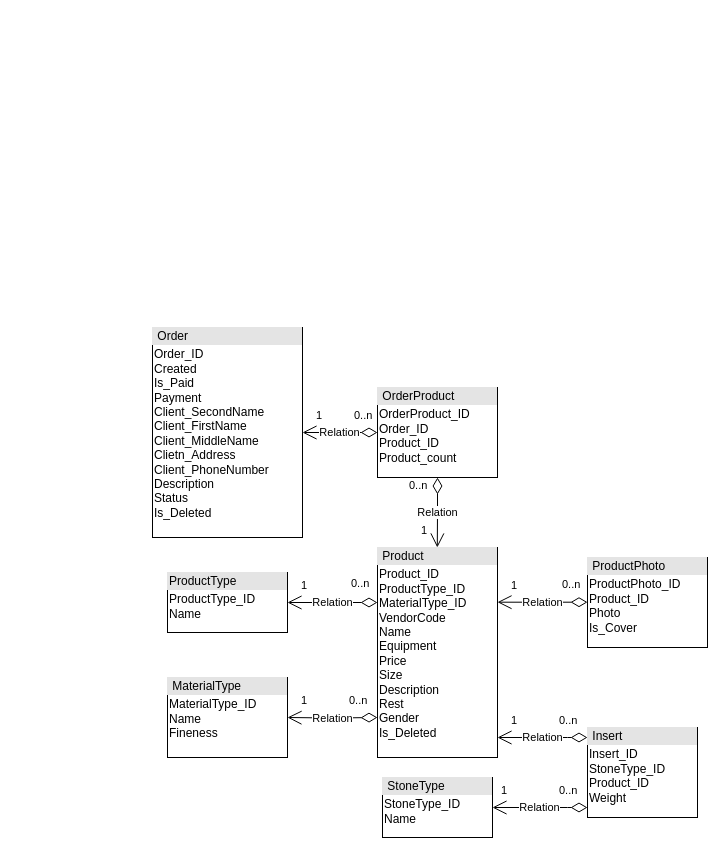
Before: ER-diagram-v1.drawio in omelchenkopete/SA, a draw.io diagram. Source tidied: cells renumbered, new cells numbered last; positions are measured from the earlier drawing's top-left corner, leaving out a move shared by most shapes. Both pictures are drawn from the tidied source at 100%, with x=0, y=0 at pixel (152, 327).
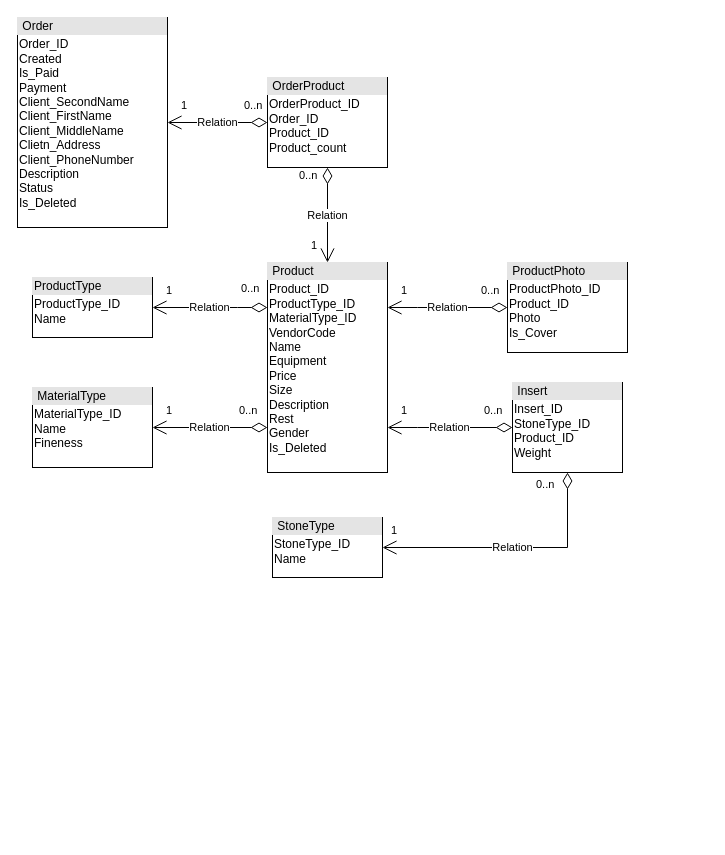
The same page after the edit.

The edit, as a diff of the source:
```diff
@@
     <mxCell id="2" value="&lt;div style=&quot;box-sizing:border-box;width:100%;background:#e4e4e4;padding:2px;&quot;&gt;&amp;nbsp;Product&lt;/div&gt;&lt;table style=&quot;width:100%;font-size:1em;&quot; cellpadding=&quot;2&quot; cellspacing=&quot;0&quot;&gt;&lt;tbody&gt;&lt;tr&gt;&lt;td&gt;Product_ID&lt;br&gt;ProductType_ID&lt;br&gt;MaterialType_ID&lt;br&gt;VendorCode&lt;br&gt;Name&lt;br&gt;Equipment&lt;br&gt;Price&lt;br&gt;Size&lt;br&gt;Description&lt;br&gt;Rest&lt;br&gt;Gender&lt;br&gt;Is_Deleted&lt;br&gt;&lt;/td&gt;&lt;td&gt;&lt;/td&gt;&lt;/tr&gt;&lt;/tbody&gt;&lt;/table&gt;" style="verticalAlign=top;align=left;overflow=fill;html=1;whiteSpace=wrap;strokeColor=default;gradientColor=none;fillColor=default;rounded=0;glass=0;shadow=0;noLabel=0;portConstraintRotation=0;snapToPoint=0;fixDash=0;enumerate=0;comic=0;" parent="1" vertex="1">
-      <mxGeometry x="225" y="220" width="120" height="210" as="geometry" />
+      <mxGeometry x="115" y="-65" width="120" height="210" as="geometry" />
     </mxCell>
     <mxCell id="3" value="&lt;div style=&quot;box-sizing:border-box;width:100%;background:#e4e4e4;padding:2px;&quot;&gt;&amp;nbsp;ProductPhoto&lt;/div&gt;&lt;table style=&quot;width:100%;font-size:1em;&quot; cellpadding=&quot;2&quot; cellspacing=&quot;0&quot;&gt;&lt;tbody&gt;&lt;tr&gt;&lt;td&gt;ProductPhoto_ID&lt;br&gt;Product_ID&lt;br&gt;Photo&lt;br&gt;Is_Cover&lt;br&gt;&lt;/td&gt;&lt;td&gt;&lt;/td&gt;&lt;/tr&gt;&lt;/tbody&gt;&lt;/table&gt;" style="verticalAlign=top;align=left;overflow=fill;html=1;whiteSpace=wrap;strokeColor=default;gradientColor=none;fillColor=default;rounded=0;glass=0;shadow=0;noLabel=0;portConstraintRotation=0;snapToPoint=0;fixDash=0;enumerate=0;comic=0;" parent="1" vertex="1">
-      <mxGeometry x="435" y="230" width="120" height="90" as="geometry" />
+      <mxGeometry x="355" y="-65" width="120" height="90" as="geometry" />
     </mxCell>
     <mxCell id="4" value="&lt;div style=&quot;box-sizing:border-box;width:100%;background:#e4e4e4;padding:2px;&quot;&gt;&amp;nbsp;Insert&lt;/div&gt;&lt;table style=&quot;width:100%;font-size:1em;&quot; cellpadding=&quot;2&quot; cellspacing=&quot;0&quot;&gt;&lt;tbody&gt;&lt;tr&gt;&lt;td&gt;Insert_ID&lt;br&gt;StoneType_ID&lt;br&gt;Product_ID&lt;br&gt;Weight&lt;br&gt;&lt;/td&gt;&lt;td&gt;&lt;/td&gt;&lt;/tr&gt;&lt;/tbody&gt;&lt;/table&gt;" style="verticalAlign=top;align=left;overflow=fill;html=1;whiteSpace=wrap;strokeColor=default;gradientColor=none;fillColor=default;rounded=0;glass=0;shadow=0;noLabel=0;portConstraintRotation=0;snapToPoint=0;fixDash=0;enumerate=0;comic=0;" parent="1" vertex="1">
-      <mxGeometry x="435" y="400" width="110" height="90" as="geometry" />
+      <mxGeometry x="360" y="55" width="110" height="90" as="geometry" />
     </mxCell>
     <mxCell id="5" value="&lt;div style=&quot;box-sizing:border-box;width:100%;background:#e4e4e4;padding:2px;&quot;&gt;&amp;nbsp;StoneType&lt;/div&gt;&lt;table style=&quot;width:100%;font-size:1em;&quot; cellpadding=&quot;2&quot; cellspacing=&quot;0&quot;&gt;&lt;tbody&gt;&lt;tr&gt;&lt;td&gt;StoneType_ID&lt;br&gt;Name&lt;br&gt;&lt;/td&gt;&lt;td&gt;&lt;/td&gt;&lt;/tr&gt;&lt;/tbody&gt;&lt;/table&gt;" style="verticalAlign=top;align=left;overflow=fill;html=1;whiteSpace=wrap;strokeColor=default;gradientColor=none;fillColor=default;rounded=0;glass=0;shadow=0;noLabel=0;portConstraintRotation=0;snapToPoint=0;fixDash=0;enumerate=0;comic=0;" parent="1" vertex="1">
-      <mxGeometry x="230" y="450" width="110" height="60" as="geometry" />
+      <mxGeometry x="120" y="190" width="110" height="60" as="geometry" />
     </mxCell>
     <mxCell id="6" value="&lt;div style=&quot;box-sizing:border-box;width:100%;background:#e4e4e4;padding:2px;&quot;&gt;ProductType&lt;/div&gt;&lt;table style=&quot;width:100%;font-size:1em;&quot; cellpadding=&quot;2&quot; cellspacing=&quot;0&quot;&gt;&lt;tbody&gt;&lt;tr&gt;&lt;td&gt;ProductType_ID&lt;br&gt;Name&lt;br&gt;&lt;/td&gt;&lt;td&gt;&lt;/td&gt;&lt;/tr&gt;&lt;/tbody&gt;&lt;/table&gt;" style="verticalAlign=top;align=left;overflow=fill;html=1;whiteSpace=wrap;strokeColor=default;gradientColor=none;fillColor=default;rounded=0;glass=0;shadow=0;noLabel=0;portConstraintRotation=0;snapToPoint=0;fixDash=0;enumerate=0;comic=0;" parent="1" vertex="1">
-      <mxGeometry x="15" y="245" width="120" height="60" as="geometry" />
+      <mxGeometry x="-120" y="-50" width="120" height="60" as="geometry" />
     </mxCell>
     <mxCell id="7" value="&lt;div style=&quot;box-sizing:border-box;width:100%;background:#e4e4e4;padding:2px;&quot;&gt;&amp;nbsp;MaterialType&lt;/div&gt;&lt;table style=&quot;width:100%;font-size:1em;&quot; cellpadding=&quot;2&quot; cellspacing=&quot;0&quot;&gt;&lt;tbody&gt;&lt;tr&gt;&lt;td&gt;MaterialType_ID&lt;br&gt;Name&lt;br&gt;Fineness&lt;br&gt;&lt;/td&gt;&lt;td&gt;&lt;/td&gt;&lt;/tr&gt;&lt;/tbody&gt;&lt;/table&gt;" style="verticalAlign=top;align=left;overflow=fill;html=1;whiteSpace=wrap;strokeColor=default;gradientColor=none;fillColor=default;rounded=0;glass=0;shadow=0;noLabel=0;portConstraintRotation=0;snapToPoint=0;fixDash=0;enumerate=0;comic=0;" parent="1" vertex="1">
-      <mxGeometry x="15" y="350" width="120" height="80" as="geometry" />
+      <mxGeometry x="-120" y="60" width="120" height="80" as="geometry" />
     </mxCell>
-    <mxCell id="8" value="Relation" style="endArrow=open;html=1;endSize=12;startArrow=diamondThin;startSize=14;startFill=0;edgeStyle=orthogonalEdgeStyle;rounded=0;" parent="1" edge="1">
+    <mxCell id="8" value="Relation" style="endArrow=open;html=1;endSize=12;startArrow=diamondThin;startSize=14;startFill=0;edgeStyle=orthogonalEdgeStyle;rounded=0;" parent="1" edge="1" source="3" target="2">
       <mxGeometry relative="1" as="geometry">
-        <mxPoint x="435" y="274.7" as="sourcePoint" />
-        <mxPoint x="345" y="274.7" as="targetPoint" />
         <Array as="points">
-          <mxPoint x="386" y="274.5" />
+          <mxPoint x="265" y="-20" />
+          <mxPoint x="265" y="-20" />
         </Array>
       </mxGeometry>
     </mxCell>
     <mxCell id="9" value="0..n" style="edgeLabel;html=1;align=left;verticalAlign=top;" parent="8" vertex="1">
       <mxGeometry x="-1" relative="1" as="geometry">
-        <mxPoint x="-27" y="-31" as="offset" />
+        <mxPoint x="-28" y="-30" as="offset" />
       </mxGeometry>
     </mxCell>
@@
     <mxCell id="11" value="Relation" style="endArrow=open;html=1;endSize=12;startArrow=diamondThin;startSize=14;startFill=0;edgeStyle=orthogonalEdgeStyle;rounded=0;" parent="1" edge="1" source="4" target="2">
       <mxGeometry relative="1" as="geometry">
         <Array as="points">
-          <mxPoint x="415" y="410" />
-          <mxPoint x="415" y="410" />
+          <mxPoint x="265" y="100" />
+          <mxPoint x="265" y="100" />
         </Array>
       </mxGeometry>
     </mxCell>
@@
-    <mxCell id="14" value="Relation" style="endArrow=open;html=1;endSize=12;startArrow=diamondThin;startSize=14;startFill=0;edgeStyle=orthogonalEdgeStyle;rounded=0;" parent="1" edge="1" target="6">
+    <mxCell id="14" value="Relation" style="endArrow=open;html=1;endSize=12;startArrow=diamondThin;startSize=14;startFill=0;edgeStyle=orthogonalEdgeStyle;rounded=0;" parent="1" edge="1" source="2" target="6">
       <mxGeometry relative="1" as="geometry">
-        <mxPoint x="225" y="275" as="sourcePoint" />
         <Array as="points">
-          <mxPoint x="195" y="275" />
-          <mxPoint x="195" y="275" />
+          <mxPoint x="85" y="-20" />
+          <mxPoint x="85" y="-20" />
         </Array>
       </mxGeometry>
     </mxCell>
@@
-    <mxCell id="17" value="Relation" style="endArrow=open;html=1;endSize=12;startArrow=diamondThin;startSize=14;startFill=0;edgeStyle=orthogonalEdgeStyle;rounded=0;" parent="1" edge="1" target="7">
+    <mxCell id="17" value="Relation" style="endArrow=open;html=1;endSize=12;startArrow=diamondThin;startSize=14;startFill=0;edgeStyle=orthogonalEdgeStyle;rounded=0;" parent="1" edge="1" source="2" target="7">
       <mxGeometry relative="1" as="geometry">
-        <mxPoint x="225" y="390" as="sourcePoint" />
+        <Array as="points">
+          <mxPoint x="75" y="100" />
+          <mxPoint x="75" y="100" />
+        </Array>
       </mxGeometry>
     </mxCell>
@@
     <mxCell id="20" value="Relation" style="endArrow=open;html=1;endSize=12;startArrow=diamondThin;startSize=14;startFill=0;edgeStyle=orthogonalEdgeStyle;rounded=0;" parent="1" edge="1" source="4" target="5">
       <mxGeometry relative="1" as="geometry">
         <Array as="points">
-          <mxPoint x="415" y="480" />
-          <mxPoint x="415" y="480" />
+          <mxPoint x="415" y="220" />
         </Array>
       </mxGeometry>
     </mxCell>
     <mxCell id="21" value="0..n" style="edgeLabel;html=1;align=left;verticalAlign=top;" parent="20" vertex="1">
       <mxGeometry x="-1" relative="1" as="geometry">
-        <mxPoint x="-30" y="-30" as="offset" />
+        <mxPoint x="-33" y="-1" as="offset" />
       </mxGeometry>
     </mxCell>
@@
     <mxCell id="23" value="&lt;div style=&quot;box-sizing:border-box;width:100%;background:#e4e4e4;padding:2px;&quot;&gt;&amp;nbsp;Order&lt;/div&gt;&lt;table style=&quot;width:100%;font-size:1em;&quot; cellpadding=&quot;2&quot; cellspacing=&quot;0&quot;&gt;&lt;tbody&gt;&lt;tr&gt;&lt;td&gt;Order_ID&lt;br&gt;Created&lt;br&gt;Is_Paid&lt;br&gt;Payment&lt;br&gt;Client_SecondName&lt;br&gt;Client_FirstName&lt;br&gt;Client_MiddleName&lt;br&gt;Clietn_Address&lt;br&gt;Client_PhoneNumber&lt;br&gt;Description&lt;br&gt;Status&lt;br&gt;Is_Deleted&lt;br&gt;&lt;/td&gt;&lt;td&gt;&lt;/td&gt;&lt;/tr&gt;&lt;/tbody&gt;&lt;/table&gt;" style="verticalAlign=top;align=left;overflow=fill;html=1;whiteSpace=wrap;strokeColor=default;gradientColor=none;fillColor=default;rounded=0;glass=0;shadow=0;noLabel=0;portConstraintRotation=0;snapToPoint=0;fixDash=0;enumerate=0;comic=0;" parent="1" vertex="1">
-      <mxGeometry width="150" height="210" as="geometry" />
+      <mxGeometry x="-135" y="-310" width="150" height="210" as="geometry" />
     </mxCell>
     <mxCell id="24" value="&lt;div style=&quot;box-sizing:border-box;width:100%;background:#e4e4e4;padding:2px;&quot;&gt;&amp;nbsp;OrderProduct&lt;/div&gt;&lt;table style=&quot;width:100%;font-size:1em;&quot; cellpadding=&quot;2&quot; cellspacing=&quot;0&quot;&gt;&lt;tbody&gt;&lt;tr&gt;&lt;td&gt;OrderProduct_ID&lt;br&gt;Order_ID&lt;br&gt;Product_ID&lt;br&gt;Product_count&lt;/td&gt;&lt;td&gt;&lt;/td&gt;&lt;/tr&gt;&lt;/tbody&gt;&lt;/table&gt;" style="verticalAlign=top;align=left;overflow=fill;html=1;whiteSpace=wrap;strokeColor=default;gradientColor=none;fillColor=default;rounded=0;glass=0;shadow=0;noLabel=0;portConstraintRotation=0;snapToPoint=0;fixDash=0;enumerate=0;comic=0;" parent="1" vertex="1">
-      <mxGeometry x="225" y="60" width="120" height="90" as="geometry" />
+      <mxGeometry x="115" y="-250" width="120" height="90" as="geometry" />
     </mxCell>
@@
-    <mxCell id="28" value="Relation" style="endArrow=open;html=1;endSize=12;startArrow=diamondThin;startSize=14;startFill=0;edgeStyle=orthogonalEdgeStyle;rounded=0;" parent="1" edge="1" source="24">
-      <mxGeometry relative="1" as="geometry">
-        <mxPoint x="284.8" y="220" as="targetPoint" />
-      </mxGeometry>
+    <mxCell id="28" value="Relation" style="endArrow=open;html=1;endSize=12;startArrow=diamondThin;startSize=14;startFill=0;edgeStyle=orthogonalEdgeStyle;rounded=0;" parent="1" edge="1" source="24" target="2">
+      <mxGeometry relative="1" as="geometry" />
     </mxCell>
```
